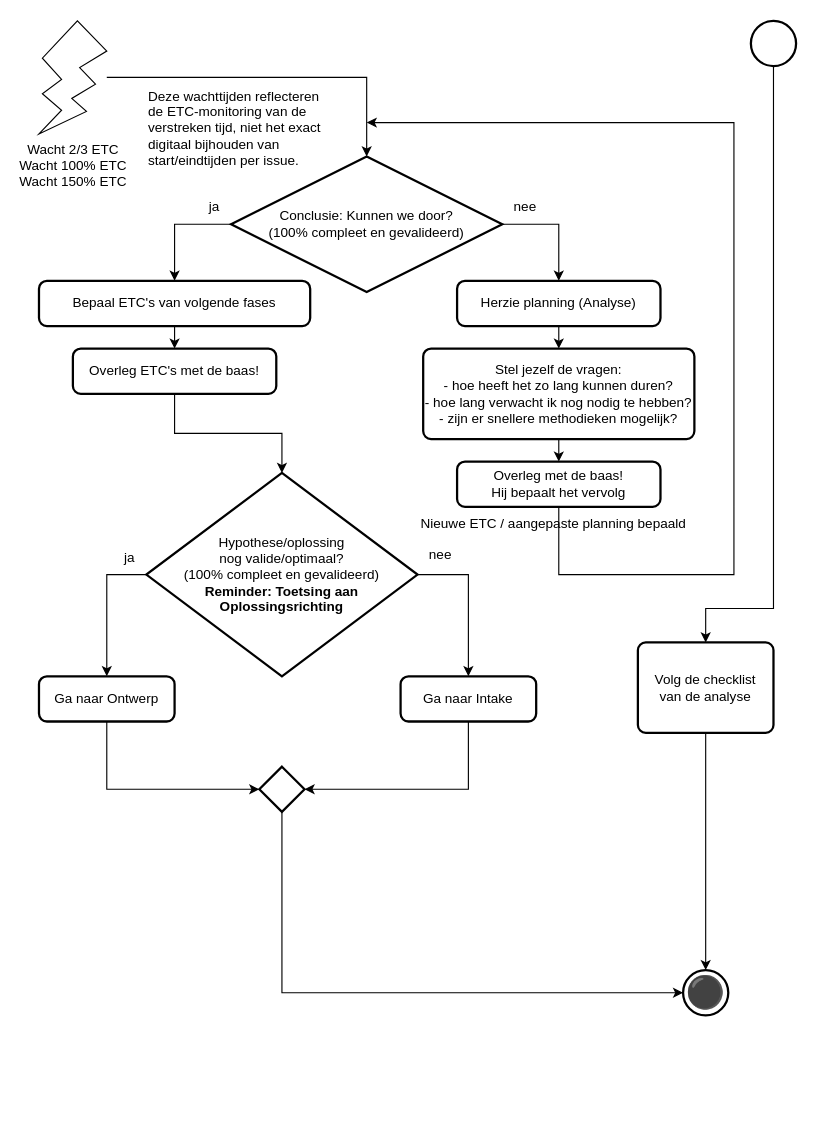
This is 2 Issue Tracker analyse.drawio from Zaibatsu89/IssueTracker, a draw.io file, before an edit. Source tidied: cells renumbered, new cells numbered last; positions are measured from the earlier drawing's top-left corner, leaving out a move shared by most shapes. Both pictures are drawn from the tidied source at 113%, with x=0, y=0 at pixel (38, 20).
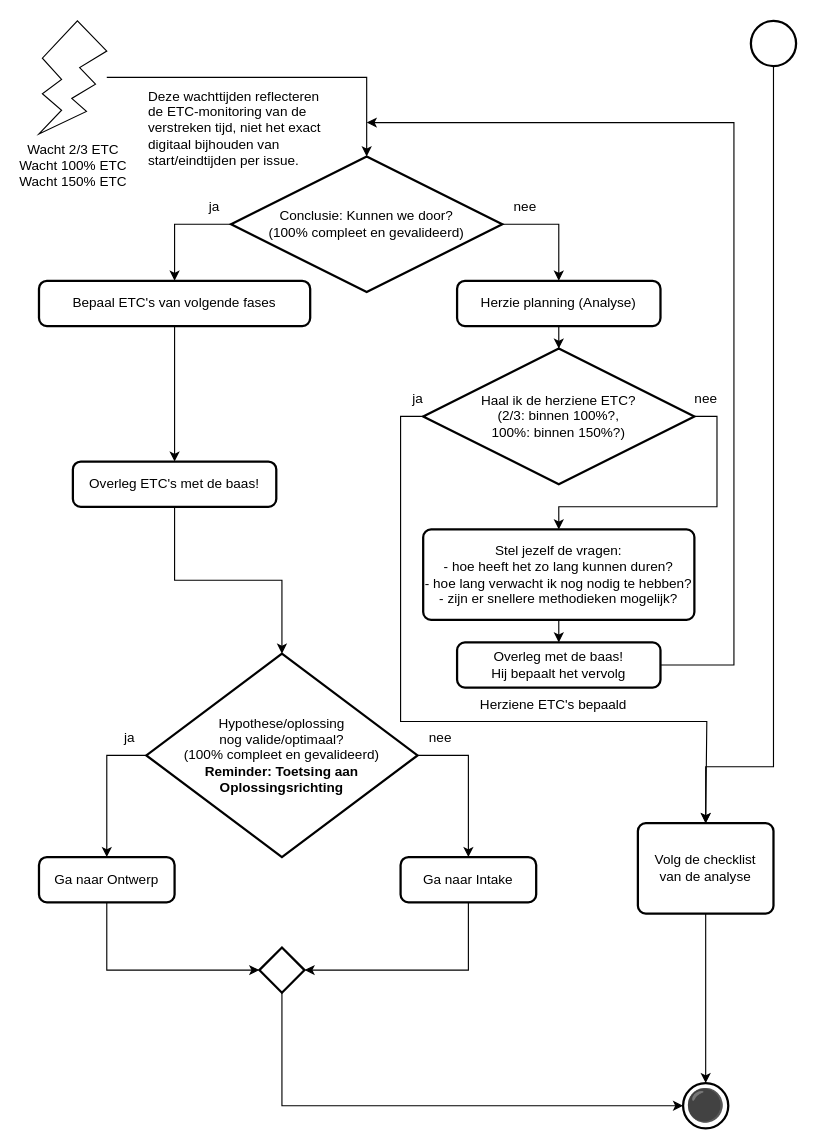
Above is the later version.

The change refers to these unchanged cells:
```xml
<mxCell id="3" style="strokeWidth=2;html=1;shape=mxgraph.flowchart.start_2;whiteSpace=wrap;" parent="1" vertex="1">
  <mxGeometry x="630" width="40" height="40" as="geometry" />
</mxCell>
<mxCell id="26" value="Herzie planning (Analyse)" style="rounded=1;whiteSpace=wrap;html=1;absoluteArcSize=1;arcSize=14;strokeWidth=2;" parent="1" vertex="1">
  <mxGeometry x="370" y="230" width="180" height="40" as="geometry" />
</mxCell>
```

Change to the diagram source:
```diff
@@
     <mxCell id="2" style="edgeStyle=orthogonalEdgeStyle;rounded=0;jettySize=auto;html=1;exitX=0.5;exitY=1;exitDx=0;exitDy=0;exitPerimeter=0;entryX=0.5;entryY=0;entryDx=0;entryDy=0;" parent="1" edge="1" source="3" target="35">
       <mxGeometry relative="1" as="geometry">
         <Array as="points">
-          <mxPoint x="650" y="520" />
-          <mxPoint x="590" y="520" />
+          <mxPoint x="650" y="660" />
+          <mxPoint x="590" y="660" />
         </Array>
       </mxGeometry>
     </mxCell>
@@
     <mxCell id="7" value="Ga naar Ontwerp" style="rounded=1;whiteSpace=wrap;html=1;absoluteArcSize=1;arcSize=14;strokeWidth=2;" parent="1" vertex="1">
-      <mxGeometry y="580" width="120" height="40" as="geometry" />
+      <mxGeometry y="740" width="120" height="40" as="geometry" />
     </mxCell>
@@
     <mxCell id="10" value="Overleg ETC's met de baas!" style="rounded=1;whiteSpace=wrap;html=1;absoluteArcSize=1;arcSize=14;strokeWidth=2;" parent="1" vertex="1">
-      <mxGeometry x="30" y="290" width="180" height="40" as="geometry" />
+      <mxGeometry x="30" y="390" width="180" height="40" as="geometry" />
     </mxCell>
     <mxCell id="11" value="⚫" style="strokeWidth=2;html=1;shape=mxgraph.flowchart.start_2;whiteSpace=wrap;fillColor=none;fontSize=28;" parent="1" vertex="1">
-      <mxGeometry x="570" y="840" width="40" height="40" as="geometry" />
+      <mxGeometry x="570" y="940" width="40" height="40" as="geometry" />
     </mxCell>
@@
     <mxCell id="16" value="Hypothese/oplossing&lt;br&gt;nog valide/optimaal?&lt;br&gt;(100% compleet en gevalideerd)&lt;br&gt;&lt;b&gt;Reminder: Toetsing aan Oplossingsrichting&lt;/b&gt;" style="strokeWidth=2;html=1;shape=mxgraph.flowchart.decision;whiteSpace=wrap;" parent="1" vertex="1">
-      <mxGeometry x="95" y="400" width="240" height="180" as="geometry" />
+      <mxGeometry x="95" y="560" width="240" height="180" as="geometry" />
     </mxCell>
     <mxCell id="17" style="strokeWidth=2;html=1;shape=mxgraph.flowchart.decision;whiteSpace=wrap;" parent="1" vertex="1">
-      <mxGeometry x="195" y="660" width="40" height="40" as="geometry" />
+      <mxGeometry x="195" y="820" width="40" height="40" as="geometry" />
     </mxCell>
@@
     <mxCell id="19" value="ja" style="text;html=1;align=center;verticalAlign=middle;strokeColor=none;fillColor=none;" parent="1" vertex="1">
-      <mxGeometry x="65" y="460" width="30" height="30" as="geometry" />
+      <mxGeometry x="65" y="620" width="30" height="30" as="geometry" />
     </mxCell>
     <mxCell id="20" value="Ga naar Intake" style="rounded=1;whiteSpace=wrap;html=1;absoluteArcSize=1;arcSize=14;strokeWidth=2;" parent="1" vertex="1">
-      <mxGeometry x="320" y="580" width="120" height="40" as="geometry" />
+      <mxGeometry x="320" y="740" width="120" height="40" as="geometry" />
     </mxCell>
@@
     <mxCell id="22" value="nee" style="text;html=1;align=center;verticalAlign=middle;strokeColor=none;fillColor=none;" parent="1" vertex="1">
-      <mxGeometry x="335" y="458" width="40" height="30" as="geometry" />
+      <mxGeometry x="335" y="620" width="40" height="30" as="geometry" />
     </mxCell>
@@
-    <mxCell id="25" style="edgeStyle=orthogonalEdgeStyle;rounded=0;jettySize=auto;html=1;exitX=0.5;exitY=1;exitDx=0;exitDy=0;entryX=0.5;entryY=0;entryDx=0;entryDy=0;" parent="1" edge="1" source="26" target="28">
-      <mxGeometry relative="1" as="geometry" />
-    </mxCell>
+    <mxCell id="37" style="edgeStyle=orthogonalEdgeStyle;rounded=0;jettySize=auto;html=1;" parent="1" edge="1" source="26" target="40">
+      <mxGeometry relative="1" as="geometry" />
+    </mxCell>
@@
     <mxCell id="28" value="Stel jezelf de vragen:&lt;br&gt;- hoe heeft het zo lang kunnen duren?&lt;br&gt;- hoe lang verwacht ik nog nodig te hebben?&lt;br&gt;- zijn er snellere methodieken mogelijk?" style="rounded=1;whiteSpace=wrap;html=1;absoluteArcSize=1;arcSize=14;strokeWidth=2;" parent="1" vertex="1">
-      <mxGeometry x="340" y="290" width="240" height="80" as="geometry" />
+      <mxGeometry x="340" y="450" width="240" height="80" as="geometry" />
     </mxCell>
     <mxCell id="29" value="Overleg met de baas!&lt;br&gt;Hij bepaalt het vervolg" style="rounded=1;whiteSpace=wrap;html=1;absoluteArcSize=1;arcSize=14;strokeWidth=2;" parent="1" vertex="1">
-      <mxGeometry x="370" y="390" width="180" height="40" as="geometry" />
+      <mxGeometry x="370" y="550" width="180" height="40" as="geometry" />
     </mxCell>
@@
-    <mxCell id="33" value="Nieuwe ETC / aangepaste planning bepaald" style="text;html=1;align=center;verticalAlign=middle;strokeColor=none;fillColor=none;" parent="1" vertex="1">
-      <mxGeometry x="320" y="430" width="270" height="30" as="geometry" />
+    <mxCell id="33" value="Herziene ETC's bepaald" style="text;html=1;align=center;verticalAlign=middle;strokeColor=none;fillColor=none;" parent="1" vertex="1">
+      <mxGeometry x="380" y="590" width="150" height="30" as="geometry" />
     </mxCell>
-    <mxCell id="34" style="edgeStyle=orthogonalEdgeStyle;rounded=0;orthogonalLoop=1;jettySize=auto;html=1;exitX=0.5;exitY=1;exitDx=0;exitDy=0;" parent="1" edge="1">
+    <mxCell id="34" style="edgeStyle=orthogonalEdgeStyle;rounded=0;jettySize=auto;html=1;exitX=1;exitY=0.5;exitDx=0;exitDy=0;" parent="1" edge="1" source="29">
       <mxGeometry relative="1" as="geometry">
-        <mxPoint x="460" y="430" as="sourcePoint" />
         <mxPoint x="290" y="90" as="targetPoint" />
         <Array as="points">
-          <mxPoint x="460" y="490" />
-          <mxPoint x="615" y="490" />
+          <mxPoint x="615" y="570" />
           <mxPoint x="615" y="90" />
         </Array>
       </mxGeometry>
     </mxCell>
     <mxCell id="35" value="Volg de checklist&lt;br&gt;van de analyse" style="rounded=1;whiteSpace=wrap;html=1;absoluteArcSize=1;arcSize=14;strokeWidth=2;" parent="1" vertex="1">
-      <mxGeometry x="530" y="550" width="120" height="80" as="geometry" />
+      <mxGeometry x="530" y="710" width="120" height="80" as="geometry" />
     </mxCell>
@@
+    <mxCell id="38" style="edgeStyle=orthogonalEdgeStyle;rounded=0;jettySize=auto;html=1;exitX=1;exitY=0.5;exitDx=0;exitDy=0;exitPerimeter=0;entryX=0.5;entryY=0;entryDx=0;entryDy=0;" parent="1" edge="1" source="40" target="28">
+      <mxGeometry relative="1" as="geometry" />
+    </mxCell>
+    <mxCell id="39" style="edgeStyle=orthogonalEdgeStyle;rounded=0;jettySize=auto;html=1;exitX=0;exitY=0.5;exitDx=0;exitDy=0;exitPerimeter=0;" parent="1" edge="1" source="40">
+      <mxGeometry relative="1" as="geometry">
+        <mxPoint x="590" y="710" as="targetPoint" />
+        <Array as="points">
+          <mxPoint x="320" y="350" />
+          <mxPoint x="320" y="620" />
+          <mxPoint x="591" y="620" />
+        </Array>
+      </mxGeometry>
+    </mxCell>
+    <mxCell id="40" value="Haal ik de herziene ETC?&lt;br&gt;(2/3: binnen 100%?,&lt;br&gt;100%: binnen 150%?)" style="strokeWidth=2;html=1;shape=mxgraph.flowchart.decision;whiteSpace=wrap;" parent="1" vertex="1">
+      <mxGeometry x="340" y="290" width="240" height="120" as="geometry" />
+    </mxCell>
+    <mxCell id="41" value="nee" style="text;html=1;align=center;verticalAlign=middle;strokeColor=none;fillColor=none;" parent="1" vertex="1">
+      <mxGeometry x="570" y="320" width="40" height="30" as="geometry" />
+    </mxCell>
+    <mxCell id="42" value="ja" style="text;html=1;align=center;verticalAlign=middle;strokeColor=none;fillColor=none;" parent="1" vertex="1">
+      <mxGeometry x="320" y="320" width="30" height="30" as="geometry" />
+    </mxCell>
```
